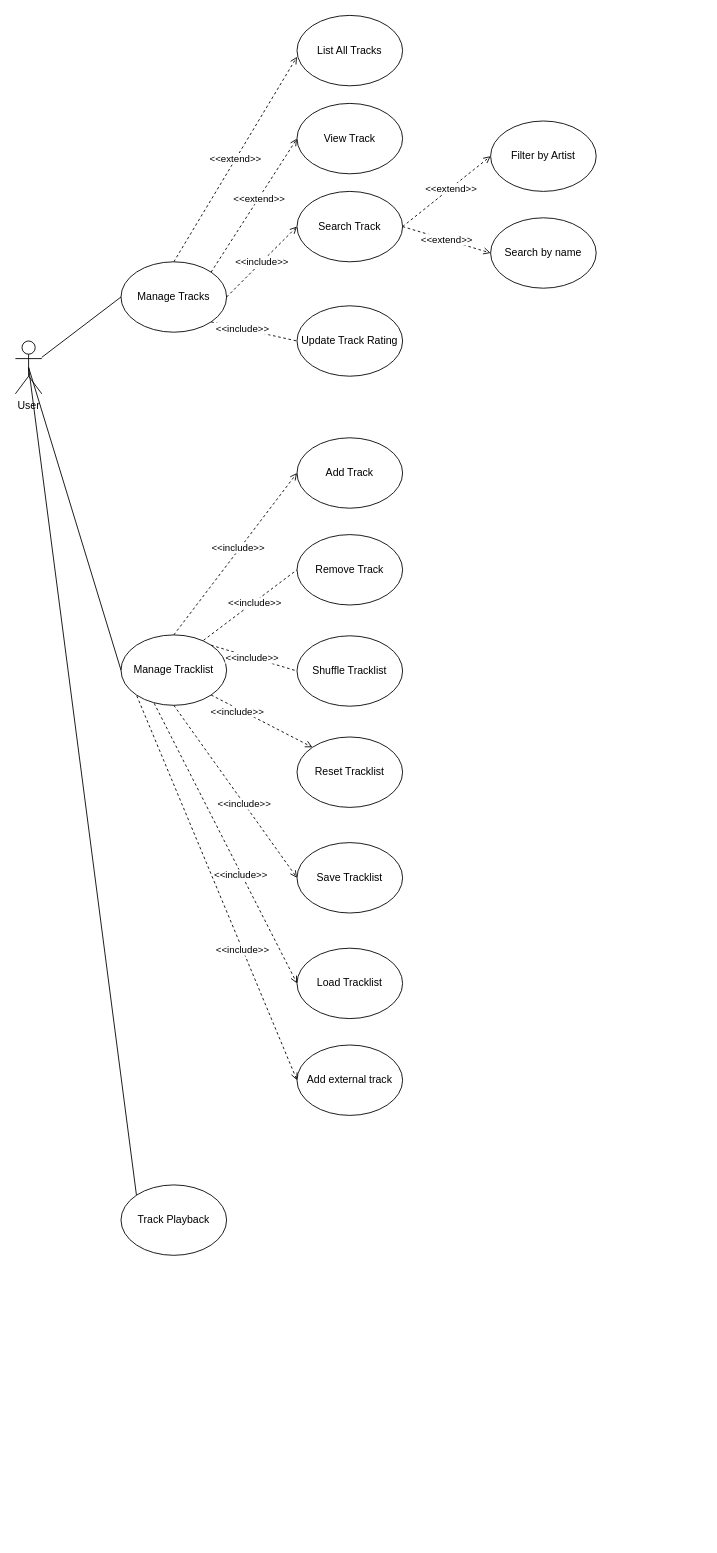
Above: JukeBox/Untitled Diagram.drawio in peterpool-dasherz/oop-new (draw.io), before the change. Source tidied: cells renumbered, new cells numbered last; positions are measured from the earlier drawing's top-left corner, leaving out a move shared by most shapes. Both pictures are drawn from the tidied source at 88%, with x=0, y=0 at pixel (15, 15).
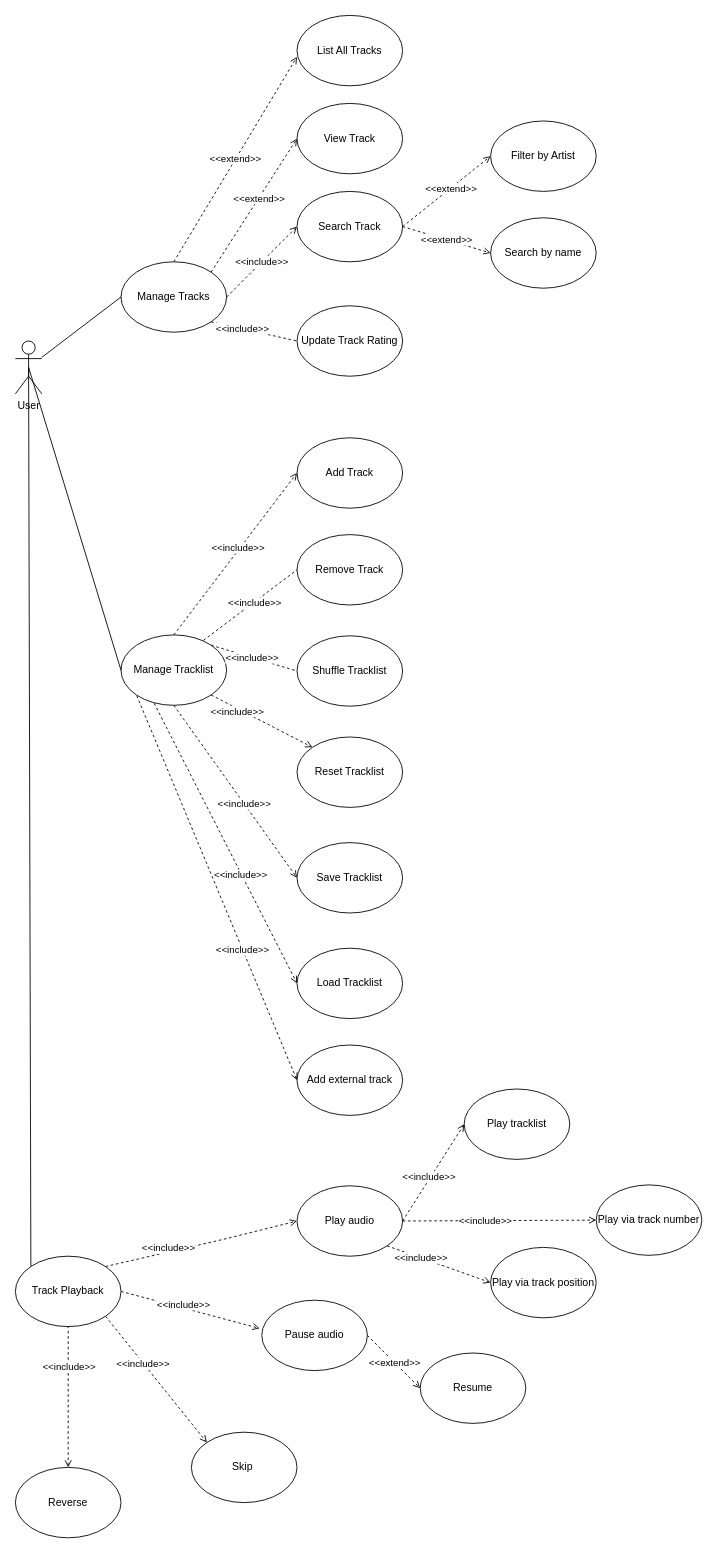
The same diagram, later.

What changed in the source:
```diff
@@
     <mxCell id="19" value="Track Playback" style="ellipse;whiteSpace=wrap;html=1;" parent="1" vertex="1">
-      <mxGeometry x="120" y="1329" width="120" height="80" as="geometry" />
+      <mxGeometry y="1410" width="120" height="80" as="geometry" />
     </mxCell>
@@
+    <mxCell id="45" value="Play audio" style="ellipse;whiteSpace=wrap;html=1;" parent="1" vertex="1">
+      <mxGeometry x="320" y="1330" width="120" height="80" as="geometry" />
+    </mxCell>
+    <mxCell id="46" style="endArrow=open;dashed=1;html=1;rounded=0;exitX=1;exitY=0;exitDx=0;exitDy=0;endFill=0;" parent="1" edge="1" source="19">
+      <mxGeometry relative="1" as="geometry">
+        <mxPoint x="320" y="1370" as="targetPoint" />
+        <Array as="points">
+          <mxPoint x="240" y="1390" />
+        </Array>
+      </mxGeometry>
+    </mxCell>
+    <mxCell id="47" value="&amp;lt;&amp;lt;include&amp;gt;&amp;gt;" style="edgeLabel;html=1;align=center;verticalAlign=middle;" parent="46" vertex="1">
+      <mxGeometry x="-0.34" y="5" relative="1" as="geometry" />
+    </mxCell>
+    <mxCell id="48" value="Pause audio" style="ellipse;whiteSpace=wrap;html=1;" parent="1" vertex="1">
+      <mxGeometry x="280" y="1460" width="120" height="80" as="geometry" />
+    </mxCell>
+    <mxCell id="49" style="endArrow=open;dashed=1;html=1;rounded=0;exitX=1;exitY=0.5;exitDx=0;exitDy=0;entryX=-0.02;entryY=0.401;entryDx=0;entryDy=0;entryPerimeter=0;endFill=0;" parent="1" edge="1" source="19" target="48">
+      <mxGeometry relative="1" as="geometry" />
+    </mxCell>
+    <mxCell id="50" value="&amp;lt;&amp;lt;include&amp;gt;&amp;gt;" style="edgeLabel;html=1;align=center;verticalAlign=middle;" parent="49" vertex="1">
+      <mxGeometry x="-0.49" y="1" relative="1" as="geometry">
+        <mxPoint x="30" y="5" as="offset" />
+      </mxGeometry>
+    </mxCell>
+    <mxCell id="51" value="Skip&amp;nbsp;" style="ellipse;whiteSpace=wrap;html=1;" parent="1" vertex="1">
+      <mxGeometry x="200" y="1610" width="120" height="80" as="geometry" />
+    </mxCell>
+    <mxCell id="52" style="endArrow=open;dashed=1;html=1;rounded=0;exitX=1;exitY=1;exitDx=0;exitDy=0;entryX=0;entryY=0;entryDx=0;entryDy=0;endFill=0;" parent="1" edge="1" source="19" target="51">
+      <mxGeometry relative="1" as="geometry" />
+    </mxCell>
+    <mxCell id="53" value="&amp;lt;&amp;lt;include&amp;gt;&amp;gt;" style="edgeLabel;html=1;align=center;verticalAlign=middle;" parent="52" vertex="1">
+      <mxGeometry x="-0.26" y="-1" relative="1" as="geometry" />
+    </mxCell>
+    <mxCell id="54" value="Reverse" style="ellipse;whiteSpace=wrap;html=1;" parent="1" vertex="1">
+      <mxGeometry y="1650" width="120" height="80" as="geometry" />
+    </mxCell>
+    <mxCell id="55" style="endArrow=none;dashed=1;html=1;rounded=0;exitX=0.5;exitY=0;exitDx=0;exitDy=0;entryX=0.5;entryY=1;entryDx=0;entryDy=0;endFill=0;startArrow=open;startFill=0;" parent="1" edge="1" source="54" target="19">
+      <mxGeometry relative="1" as="geometry" />
+    </mxCell>
+    <mxCell id="56" value="&amp;lt;&amp;lt;include&amp;gt;&amp;gt;" style="edgeLabel;html=1;align=center;verticalAlign=middle;" parent="55" vertex="1">
+      <mxGeometry x="0.44" relative="1" as="geometry" />
+    </mxCell>
+    <mxCell id="57" value="Play tracklist" style="ellipse;whiteSpace=wrap;html=1;" parent="1" vertex="1">
+      <mxGeometry x="510" y="1220" width="120" height="80" as="geometry" />
+    </mxCell>
+    <mxCell id="58" style="endArrow=open;dashed=1;html=1;rounded=0;exitX=1;exitY=0.5;exitDx=0;exitDy=0;entryX=0;entryY=0.5;entryDx=0;entryDy=0;endFill=0;" parent="1" edge="1" source="45" target="57">
+      <mxGeometry relative="1" as="geometry" />
+    </mxCell>
+    <mxCell id="59" value="&amp;lt;&amp;lt;include&amp;gt;&amp;gt;" style="edgeLabel;html=1;align=center;verticalAlign=middle;" parent="58" vertex="1">
+      <mxGeometry x="-0.3" y="1" relative="1" as="geometry">
+        <mxPoint x="6" y="-11" as="offset" />
+      </mxGeometry>
+    </mxCell>
+    <mxCell id="60" value="Play via track number" style="ellipse;whiteSpace=wrap;html=1;" parent="1" vertex="1">
+      <mxGeometry x="660" y="1329" width="120" height="80" as="geometry" />
+    </mxCell>
+    <mxCell id="61" style="endArrow=open;dashed=1;html=1;rounded=0;exitX=1;exitY=0.5;exitDx=0;exitDy=0;entryX=0;entryY=0.5;entryDx=0;entryDy=0;endFill=0;" parent="1" edge="1" source="45" target="60">
+      <mxGeometry relative="1" as="geometry" />
+    </mxCell>
+    <mxCell id="62" value="&amp;lt;&amp;lt;include&amp;gt;&amp;gt;" style="edgeLabel;html=1;align=center;verticalAlign=middle;" parent="61" vertex="1">
+      <mxGeometry x="-0.15" relative="1" as="geometry" />
+    </mxCell>
+    <mxCell id="63" value="Play via track position" style="ellipse;whiteSpace=wrap;html=1;" parent="1" vertex="1">
+      <mxGeometry x="540" y="1400" width="120" height="80" as="geometry" />
+    </mxCell>
+    <mxCell id="64" style="endArrow=open;dashed=1;html=1;rounded=0;exitX=1;exitY=1;exitDx=0;exitDy=0;entryX=0;entryY=0.5;entryDx=0;entryDy=0;endFill=0;" parent="1" edge="1" source="45" target="63">
+      <mxGeometry relative="1" as="geometry" />
+    </mxCell>
+    <mxCell id="65" value="&amp;lt;&amp;lt;include&amp;gt;&amp;gt;" style="edgeLabel;html=1;align=center;verticalAlign=middle;" parent="64" vertex="1">
+      <mxGeometry x="-0.36" relative="1" as="geometry" />
+    </mxCell>
+    <mxCell id="66" value="Resume" style="ellipse;whiteSpace=wrap;html=1;" parent="1" vertex="1">
+      <mxGeometry x="460" y="1520" width="120" height="80" as="geometry" />
+    </mxCell>
+    <mxCell id="67" style="endArrow=open;dashed=1;html=1;rounded=0;exitX=1;exitY=0.5;exitDx=0;exitDy=0;entryX=0;entryY=0.5;entryDx=0;entryDy=0;endFill=0;" parent="1" edge="1" source="48" target="66">
+      <mxGeometry relative="1" as="geometry" />
+    </mxCell>
+    <mxCell id="68" value="&amp;lt;&amp;lt;extend&amp;gt;&amp;gt;" style="edgeLabel;html=1;align=center;verticalAlign=middle;" parent="67" vertex="1">
+      <mxGeometry x="-0.45" relative="1" as="geometry">
+        <mxPoint x="14" y="14" as="offset" />
+      </mxGeometry>
+    </mxCell>
```
